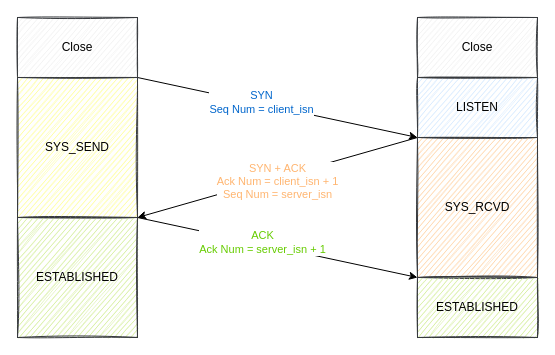
Above: page "ws" (5 of 10) of tcp.drawio in DogBaoBao/diagrams (draw.io), before the change. Source tidied: cells renumbered, new cells numbered last; positions are measured from the earlier drawing's top-left corner, leaving out a move shared by most shapes. Both pictures are drawn from the tidied source at 100%, with x=0, y=0 at pixel (17, 17).
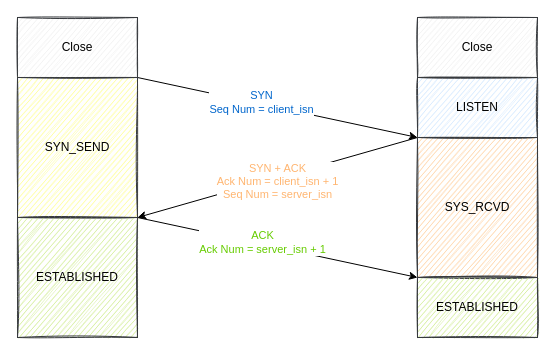
The same page after the edit.

Diff of the diagram source:
```diff
@@
 <mxGraphModel>
   <root>
     <mxCell id="0" />
     <mxCell id="1" parent="0" />
     <mxCell id="2" style="rounded=0;jettySize=auto;html=1;exitX=1;exitY=1;exitDx=0;exitDy=0;entryX=0;entryY=1;entryDx=0;entryDy=0;" parent="1" edge="1" source="4" target="11">
       <mxGeometry relative="1" as="geometry" />
     </mxCell>
     <mxCell id="3" value="&lt;font color=&quot;#0066cc&quot;&gt;SYN&lt;br&gt;Seq Num = client_isn&lt;/font&gt;" style="edgeLabel;html=1;align=center;verticalAlign=middle;" parent="2" vertex="1">
       <mxGeometry x="-0.12" y="2" relative="1" as="geometry" />
     </mxCell>
     <mxCell id="4" value="Close" style="rounded=0;whiteSpace=wrap;html=1;shadow=0;sketch=1;fillColor=#eeeeee;strokeColor=#36393d;glass=0;" parent="1" vertex="1">
       <mxGeometry width="120" height="60" as="geometry" />
     </mxCell>
     <mxCell id="5" value="Close" style="rounded=0;whiteSpace=wrap;html=1;shadow=0;sketch=1;fillColor=#eeeeee;strokeColor=#36393d;" parent="1" vertex="1">
       <mxGeometry x="400" width="120" height="60" as="geometry" />
     </mxCell>
     <mxCell id="6" style="edgeStyle=none;rounded=0;jettySize=auto;html=1;exitX=1;exitY=1;exitDx=0;exitDy=0;entryX=0;entryY=1;entryDx=0;entryDy=0;" parent="1" edge="1" source="8" target="12">
       <mxGeometry relative="1" as="geometry" />
     </mxCell>
     <mxCell id="7" value="&lt;font color=&quot;#66cc00&quot;&gt;ACK&lt;br&gt;Ack Num = server_isn + 1&lt;/font&gt;" style="edgeLabel;html=1;align=center;verticalAlign=middle;" parent="6" vertex="1">
       <mxGeometry x="-0.11" y="2" relative="1" as="geometry" />
     </mxCell>
-    <mxCell id="8" value="SYS_SEND" style="rounded=0;whiteSpace=wrap;html=1;shadow=0;sketch=1;fillColor=#ffff88;strokeColor=#36393d;" parent="1" vertex="1">
+    <mxCell id="8" value="SYN_SEND" style="rounded=0;whiteSpace=wrap;html=1;shadow=0;sketch=1;fillColor=#ffff88;strokeColor=#36393d;" parent="1" vertex="1">
       <mxGeometry y="60" width="120" height="140" as="geometry" />
     </mxCell>
     <mxCell id="9" style="edgeStyle=none;rounded=0;jettySize=auto;html=1;exitX=0;exitY=1;exitDx=0;exitDy=0;entryX=1;entryY=1;entryDx=0;entryDy=0;" parent="1" edge="1" source="11" target="8">
       <mxGeometry relative="1" as="geometry" />
     </mxCell>
     <mxCell id="10" value="&lt;font color=&quot;#ffb570&quot;&gt;SYN + ACK&lt;br&gt;Ack Num = client_isn + 1&lt;br&gt;Seq Num = server_isn&lt;/font&gt;" style="edgeLabel;html=1;align=center;verticalAlign=middle;" parent="9" vertex="1">
       <mxGeometry x="0.01" y="3" relative="1" as="geometry" />
     </mxCell>
     <mxCell id="11" value="LISTEN" style="rounded=0;whiteSpace=wrap;html=1;shadow=0;sketch=1;fillColor=#cce5ff;strokeColor=#36393d;" parent="1" vertex="1">
       <mxGeometry x="400" y="60" width="120" height="60" as="geometry" />
     </mxCell>
     <mxCell id="12" value="SYS_RCVD" style="rounded=0;whiteSpace=wrap;html=1;shadow=0;sketch=1;fillColor=#ffcc99;strokeColor=#36393d;" parent="1" vertex="1">
       <mxGeometry x="400" y="120" width="120" height="140" as="geometry" />
     </mxCell>
     <mxCell id="13" value="ESTABLISHED" style="rounded=0;whiteSpace=wrap;html=1;shadow=0;sketch=1;fillColor=#cdeb8b;strokeColor=#36393d;" parent="1" vertex="1">
       <mxGeometry y="200" width="120" height="120" as="geometry" />
     </mxCell>
     <mxCell id="14" value="&lt;span&gt;ESTABLISHED&lt;/span&gt;" style="rounded=0;whiteSpace=wrap;html=1;shadow=0;sketch=1;fillColor=#cdeb8b;strokeColor=#36393d;" parent="1" vertex="1">
       <mxGeometry x="400" y="260" width="120" height="60" as="geometry" />
     </mxCell>
   </root>
 </mxGraphModel>
```
